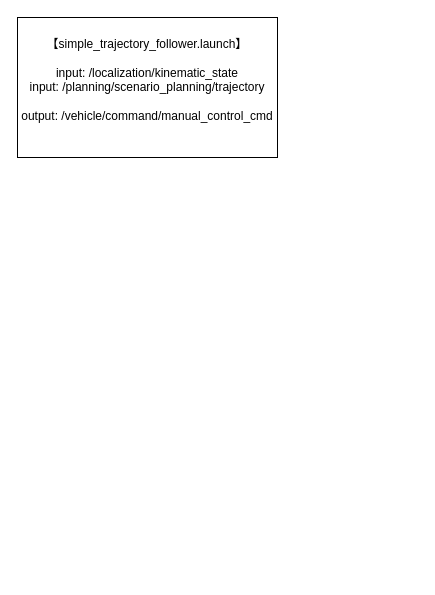
Above: autoware_trajectory.drawio in wxxsusie/files (draw.io), before the change. Source tidied: cells renumbered, new cells numbered last; positions are measured from the earlier drawing's top-left corner, leaving out a move shared by most shapes. Both pictures are drawn from the tidied source at 100%, with x=0, y=0 at pixel (17, 17).
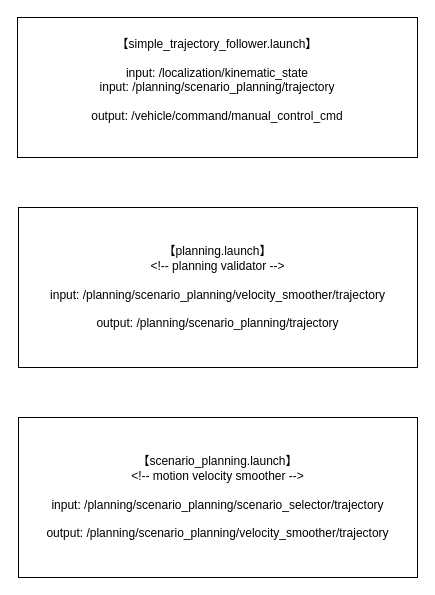
Above is the later version.

The edit, as a diff of the source:
```diff
@@
 <mxGraphModel>
   <root>
     <mxCell id="0" />
     <mxCell id="1" parent="0" />
     <mxCell id="2" value="【simple_trajectory_follower.launch】&lt;div&gt;&lt;br&gt;&lt;div&gt;input: /localization/kinematic_state&lt;/div&gt;&lt;div&gt;input: /planning/scenario_planning/trajectory&lt;/div&gt;&lt;div&gt;&lt;br&gt;&lt;/div&gt;&lt;div&gt;output: /vehicle/command/manual_control_cmd&lt;/div&gt;&lt;div&gt;&lt;br&gt;&lt;/div&gt;&lt;/div&gt;" style="rounded=0;whiteSpace=wrap;html=1;" parent="1" vertex="1">
-      <mxGeometry width="260" height="140" as="geometry" />
+      <mxGeometry width="400" height="140" as="geometry" />
     </mxCell>
+    <mxCell id="3" value="【planning.launch】&lt;div&gt;&amp;lt;!-- planning validator --&amp;gt;&lt;/div&gt;&lt;div&gt;&lt;br&gt;&lt;/div&gt;&lt;div&gt;input: /planning/scenario_planning/velocity_smoother&lt;span style=&quot;background-color: initial;&quot;&gt;/trajectory&lt;/span&gt;&lt;/div&gt;&lt;div&gt;&lt;br&gt;&lt;/div&gt;&lt;div&gt;output: /planning/scenario_planning/trajectory&lt;/div&gt;" style="rounded=0;whiteSpace=wrap;html=1;" parent="1" vertex="1">
+      <mxGeometry x="1" y="190" width="399" height="160" as="geometry" />
+    </mxCell>
+    <mxCell id="4" value="【scenario_planning.launch】&lt;div&gt;&lt;span style=&quot;font-size: 12px;&quot;&gt;&amp;lt;!-- motion velocity smoother --&amp;gt;&lt;/span&gt;&lt;br&gt;&lt;/div&gt;&lt;div&gt;&lt;span style=&quot;font-size: 12px;&quot;&gt;&lt;br&gt;&lt;/span&gt;&lt;/div&gt;&lt;div&gt;&lt;span style=&quot;font-size: 12px;&quot;&gt;input: /planning/scenario_planning/scenario_selector/trajectory&lt;/span&gt;&lt;/div&gt;&lt;div&gt;&lt;span style=&quot;font-size: 12px;&quot;&gt;&lt;br&gt;&lt;/span&gt;&lt;/div&gt;&lt;div&gt;&lt;span style=&quot;font-size: 12px;&quot;&gt;output: /planning/scenario_planning/velocity_smoother/trajectory&lt;/span&gt;&lt;/div&gt;" style="rounded=0;whiteSpace=wrap;html=1;" parent="1" vertex="1">
+      <mxGeometry x="1" y="400" width="399" height="160" as="geometry" />
+    </mxCell>
   </root>
 </mxGraphModel>
```
